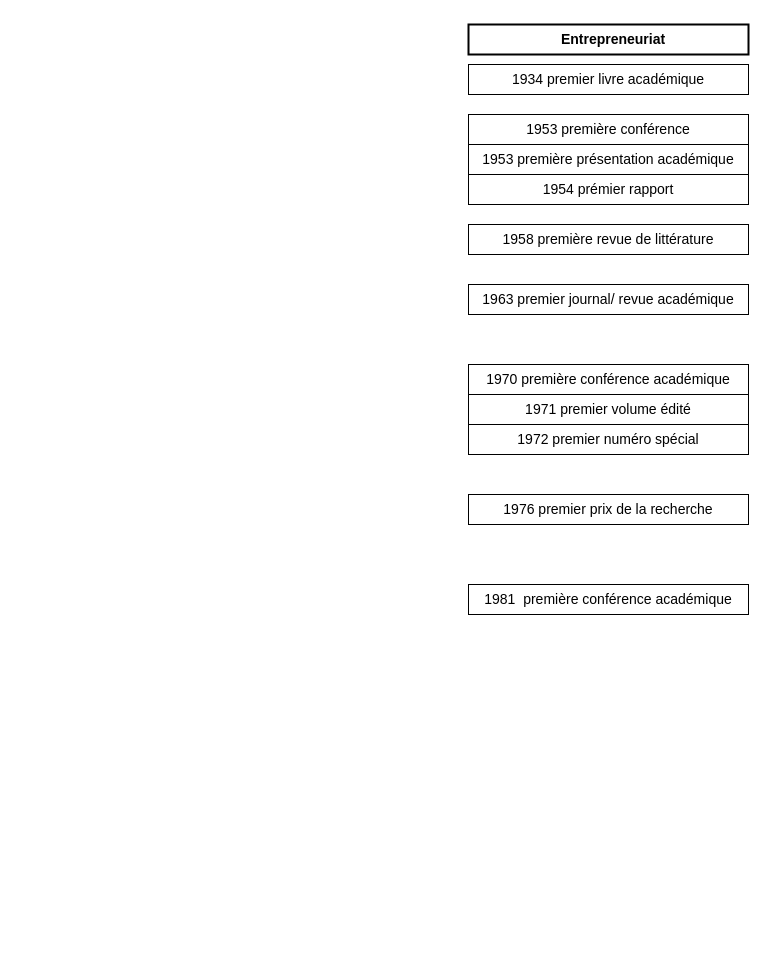
Before: evolution.drawio in mkantem/drawio, a draw.io diagram. Source tidied: cells renumbered, new cells numbered last; positions are measured from the earlier drawing's top-left corner, leaving out a move shared by most shapes. Both pictures are drawn from the tidied source at 100%, with x=0, y=0 at pixel (468, 24).
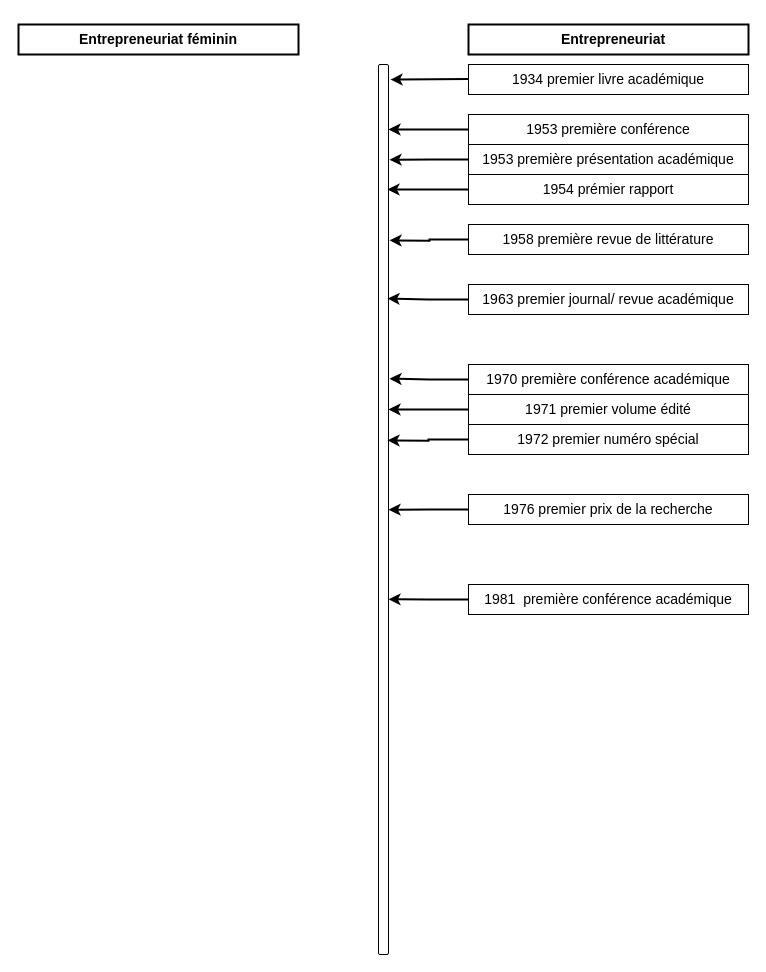
The same diagram, later.

The change refers to these unchanged cells:
```xml
<mxCell id="5" value="&lt;p align=&quot;center&quot; class=&quot;MsoNormal&quot;&gt;1953 première conférence&lt;/p&gt;" style="rounded=0;whiteSpace=wrap;html=1;strokeWidth=1;fontSize=14;fillColor=none;" parent="1" vertex="1">
  <mxGeometry y="90" width="280" height="30" as="geometry" />
</mxCell>
<mxCell id="6" value="&lt;p align=&quot;center&quot; class=&quot;MsoNormal&quot;&gt;1953 première présentation académique&lt;/p&gt;" style="rounded=0;whiteSpace=wrap;html=1;strokeWidth=1;fontSize=14;fillColor=none;" parent="1" vertex="1">
  <mxGeometry y="120" width="280" height="30" as="geometry" />
</mxCell>
<mxCell id="7" value="&lt;p align=&quot;center&quot; class=&quot;MsoNormal&quot;&gt;1954 prémier rapport&lt;/p&gt;" style="rounded=0;whiteSpace=wrap;html=1;strokeWidth=1;fontSize=14;fillColor=none;" parent="1" vertex="1">
  <mxGeometry y="150" width="280" height="30" as="geometry" />
</mxCell>
<mxCell id="8" value="&lt;p align=&quot;center&quot; class=&quot;MsoNormal&quot;&gt;1958 première revue de littérature&lt;/p&gt;" style="rounded=0;whiteSpace=wrap;html=1;strokeWidth=1;fontSize=14;fillColor=none;" parent="1" vertex="1">
  <mxGeometry y="200" width="280" height="30" as="geometry" />
</mxCell>
<mxCell id="9" value="&lt;p align=&quot;center&quot; class=&quot;MsoNormal&quot;&gt;1963 premier journal/ revue académique&lt;/p&gt;" style="rounded=0;whiteSpace=wrap;html=1;strokeWidth=1;fontSize=14;fillColor=none;" parent="1" vertex="1">
  <mxGeometry y="260" width="280" height="30" as="geometry" />
</mxCell>
<mxCell id="10" value="&lt;p align=&quot;center&quot; class=&quot;MsoNormal&quot;&gt;1970 première conférence académique&lt;/p&gt;" style="rounded=0;whiteSpace=wrap;html=1;strokeWidth=1;fontSize=14;fillColor=none;" parent="1" vertex="1">
  <mxGeometry y="340" width="280" height="30" as="geometry" />
</mxCell>
<mxCell id="11" value="&lt;p align=&quot;center&quot; class=&quot;MsoNormal&quot;&gt;1971 premier volume édité&lt;/p&gt;" style="rounded=0;whiteSpace=wrap;html=1;strokeWidth=1;fontSize=14;fillColor=none;" parent="1" vertex="1">
  <mxGeometry y="370" width="280" height="30" as="geometry" />
</mxCell>
<mxCell id="12" value="&lt;p align=&quot;center&quot; class=&quot;MsoNormal&quot;&gt;1972 premier numéro spécial&lt;/p&gt;" style="rounded=0;whiteSpace=wrap;html=1;strokeWidth=1;fontSize=14;fillColor=none;" parent="1" vertex="1">
  <mxGeometry y="400" width="280" height="30" as="geometry" />
</mxCell>
<mxCell id="13" value="&lt;p align=&quot;center&quot; class=&quot;MsoNormal&quot;&gt;1976 premier prix de la recherche&lt;/p&gt;" style="rounded=0;whiteSpace=wrap;html=1;strokeWidth=1;fontSize=14;fillColor=none;" parent="1" vertex="1">
  <mxGeometry y="470" width="280" height="30" as="geometry" />
</mxCell>
<mxCell id="14" value="&lt;p align=&quot;center&quot; class=&quot;MsoNormal&quot;&gt;1981&amp;nbsp; première conférence académique&lt;/p&gt;" style="rounded=0;whiteSpace=wrap;html=1;strokeWidth=1;fontSize=14;fillColor=none;" parent="1" vertex="1">
  <mxGeometry y="560" width="280" height="30" as="geometry" />
</mxCell>
```

The edit, as a diff of the source:
```diff
@@
+    <mxCell id="15" style="edgeStyle=orthogonalEdgeStyle;rounded=0;jettySize=auto;html=1;entryX=1;entryY=0.116;entryDx=0;entryDy=0;entryPerimeter=0;strokeWidth=2;fontSize=14;" parent="1" edge="1" source="5">
+      <mxGeometry relative="1" as="geometry">
+        <mxPoint x="-80" y="105" as="targetPoint" />
+      </mxGeometry>
+    </mxCell>
@@
+    <mxCell id="16" style="edgeStyle=orthogonalEdgeStyle;rounded=0;jettySize=auto;html=1;entryX=1.1;entryY=0.17;entryDx=0;entryDy=0;entryPerimeter=0;strokeWidth=2;fontSize=14;" parent="1" edge="1" source="6">
+      <mxGeometry relative="1" as="geometry">
+        <mxPoint x="-79" y="135.2" as="targetPoint" />
+      </mxGeometry>
+    </mxCell>
@@
+    <mxCell id="17" style="edgeStyle=orthogonalEdgeStyle;rounded=0;jettySize=auto;html=1;entryX=0.9;entryY=0.223;entryDx=0;entryDy=0;entryPerimeter=0;strokeWidth=2;fontSize=14;" parent="1" edge="1" source="7">
+      <mxGeometry relative="1" as="geometry">
+        <mxPoint x="-81" y="164.9" as="targetPoint" />
+      </mxGeometry>
+    </mxCell>
@@
+    <mxCell id="18" style="edgeStyle=orthogonalEdgeStyle;rounded=0;jettySize=auto;html=1;entryX=1.1;entryY=0.314;entryDx=0;entryDy=0;entryPerimeter=0;strokeWidth=2;fontSize=14;" parent="1" edge="1" source="8">
+      <mxGeometry relative="1" as="geometry">
+        <mxPoint x="-79" y="215.8" as="targetPoint" />
+      </mxGeometry>
+    </mxCell>
@@
+    <mxCell id="19" style="edgeStyle=orthogonalEdgeStyle;rounded=0;jettySize=auto;html=1;entryX=0.9;entryY=0.418;entryDx=0;entryDy=0;entryPerimeter=0;strokeWidth=2;fontSize=14;" parent="1" edge="1" source="9">
+      <mxGeometry relative="1" as="geometry">
+        <mxPoint x="-81" y="274.1" as="targetPoint" />
+      </mxGeometry>
+    </mxCell>
@@
+    <mxCell id="20" style="edgeStyle=orthogonalEdgeStyle;rounded=0;jettySize=auto;html=1;entryX=1.1;entryY=0.561;entryDx=0;entryDy=0;entryPerimeter=0;strokeWidth=2;fontSize=14;" parent="1" edge="1" source="10">
+      <mxGeometry relative="1" as="geometry">
+        <mxPoint x="-79" y="354.2" as="targetPoint" />
+      </mxGeometry>
+    </mxCell>
@@
+    <mxCell id="21" style="edgeStyle=orthogonalEdgeStyle;rounded=0;jettySize=auto;html=1;entryX=1;entryY=0.616;entryDx=0;entryDy=0;entryPerimeter=0;strokeWidth=2;fontSize=14;" parent="1" edge="1" source="11">
+      <mxGeometry relative="1" as="geometry">
+        <mxPoint x="-80" y="385" as="targetPoint" />
+      </mxGeometry>
+    </mxCell>
@@
+    <mxCell id="22" style="edgeStyle=orthogonalEdgeStyle;rounded=0;jettySize=auto;html=1;entryX=0.9;entryY=0.671;entryDx=0;entryDy=0;entryPerimeter=0;strokeWidth=2;fontSize=14;" parent="1" edge="1" source="12">
+      <mxGeometry relative="1" as="geometry">
+        <mxPoint x="-81" y="415.8" as="targetPoint" />
+      </mxGeometry>
+    </mxCell>
@@
+    <mxCell id="23" style="edgeStyle=orthogonalEdgeStyle;rounded=0;jettySize=auto;html=1;entryX=1;entryY=0.795;entryDx=0;entryDy=0;entryPerimeter=0;strokeWidth=2;fontSize=14;" parent="1" edge="1" source="13">
+      <mxGeometry relative="1" as="geometry">
+        <mxPoint x="-80" y="485.2" as="targetPoint" />
+      </mxGeometry>
+    </mxCell>
@@
+    <mxCell id="24" style="edgeStyle=orthogonalEdgeStyle;rounded=0;jettySize=auto;html=1;entryX=1;entryY=0.955;entryDx=0;entryDy=0;entryPerimeter=0;strokeWidth=2;fontSize=14;" parent="1" edge="1" source="14">
+      <mxGeometry relative="1" as="geometry">
+        <mxPoint x="-80" y="574.8" as="targetPoint" />
+      </mxGeometry>
+    </mxCell>
@@
+    <mxCell id="25" value="Entrepreneuriat féminin" style="rounded=0;whiteSpace=wrap;html=1;strokeWidth=2;fontSize=14;fillColor=none;fontStyle=1;" parent="1" vertex="1">
+      <mxGeometry x="-450" width="280" height="30" as="geometry" />
+    </mxCell>
+    <mxCell id="26" style="endArrow=classic;html=1;rounded=0;fontSize=14;entryX=1.2;entryY=0.027;entryDx=0;entryDy=0;entryPerimeter=0;strokeWidth=2;" parent="1" edge="1">
+      <mxGeometry relative="1" as="geometry">
+        <mxPoint y="54.5" as="sourcePoint" />
+        <mxPoint x="-78" y="55.1" as="targetPoint" />
+      </mxGeometry>
+    </mxCell>
+    <mxCell id="27" style="rounded=1;whiteSpace=wrap;html=1;strokeWidth=1;fontSize=14;fillColor=none;" parent="1" vertex="1">
+      <mxGeometry x="-90" y="40" width="10" height="890" as="geometry" />
+    </mxCell>
```
